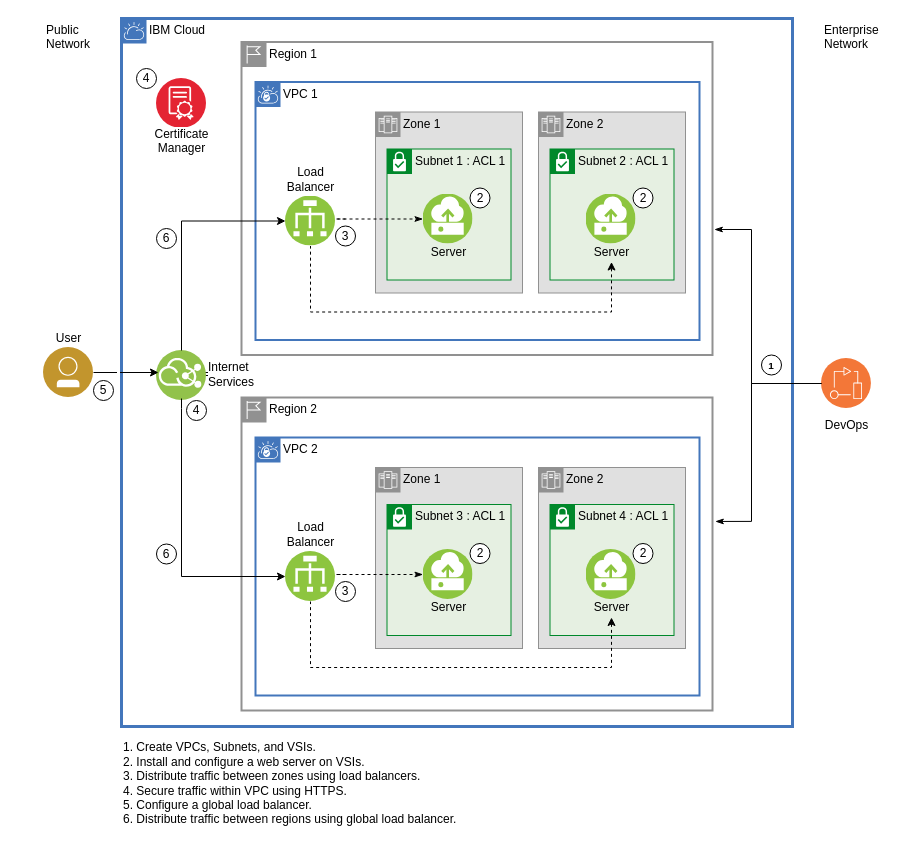
Before: drawio/templates/ibm_vpc_global_load_balancer_architecture.drawio in ibm-cloud-architecture/ibm-cloud-stencils, a draw.io diagram. Source tidied: cells renumbered, new cells numbered last; positions are measured from the earlier drawing's top-left corner, leaving out a move shared by most shapes. Both pictures are drawn from the tidied source at 100%, with x=0, y=0 at pixel (18, -372).
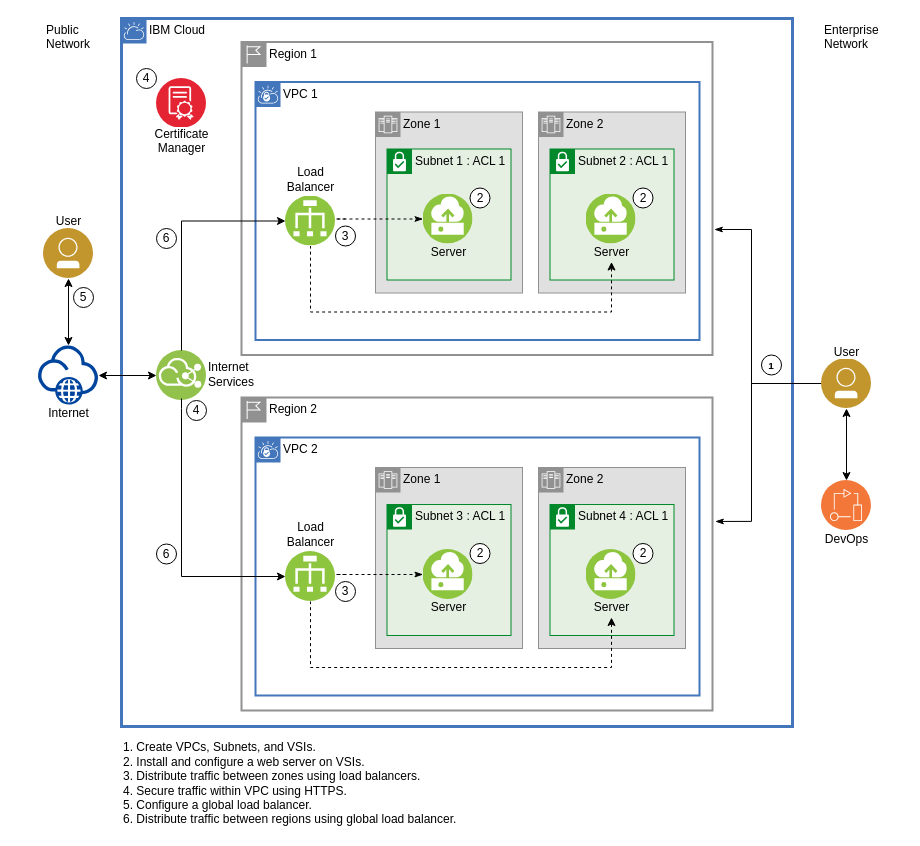
After the change.

The change refers to these unchanged cells:
```xml
<mxCell id="4" value="&lt;div&gt;Internet &lt;br&gt;&lt;/div&gt;&lt;div&gt;Services&lt;/div&gt;" style="perimeter=ellipsePerimeter;html=1;align=left;shadow=0;dashed=0;fontColor=#000000;labelBackgroundColor=none;fontSize=12;spacingTop=-2;image;image=img/lib/ibm/vpc/InternetServices2.svg;labelPosition=right;verticalLabelPosition=middle;verticalAlign=middle;" parent="3" vertex="1">
  <mxGeometry x="35" y="332" width="50" height="50" as="geometry" />
</mxCell>
<mxCell id="10" value="Region 1" style="shape=mxgraph.ibm.box;prType=region;fontStyle=0;verticalAlign=top;align=left;spacingLeft=32;spacingTop=4;fillColor=none;rounded=0;whiteSpace=wrap;html=1;strokeColor=#919191;strokeWidth=2;dashed=0;spacing=-4;fontColor=#000000;" parent="3" vertex="1">
  <mxGeometry x="120" y="23.5" width="471" height="313" as="geometry" />
</mxCell>
<mxCell id="24" value="Region 2" style="shape=mxgraph.ibm.box;prType=region;fontStyle=0;verticalAlign=top;align=left;spacingLeft=32;spacingTop=4;fillColor=none;rounded=0;whiteSpace=wrap;html=1;strokeColor=#919191;strokeWidth=2;dashed=0;spacing=-4;fontColor=#000000;" parent="3" vertex="1">
  <mxGeometry x="120" y="379" width="471" height="313" as="geometry" />
</mxCell>
<mxCell id="41" value="Enterprise Network" style="shape=mxgraph.ibm.box;prType=enterprise;fontStyle=0;verticalAlign=top;align=left;spacingLeft=32;spacingTop=4;fillColor=none;rounded=0;whiteSpace=wrap;html=1;strokeColor=#FFFFFF;strokeWidth=3;dashed=0;spacing=-4;" parent="1" vertex="1">
  <mxGeometry x="778" y="390" width="100" height="708" as="geometry" />
</mxCell>
```

Change to the diagram source:
```diff
@@
-    <mxCell id="2" style="edgeStyle=elbowEdgeStyle;rounded=0;elbow=vertical;html=1;labelBackgroundColor=#ffffff;startArrow=none;startFill=0;startSize=6;endArrow=classic;endFill=1;endSize=6;jettySize=auto;strokeWidth=1;fontSize=14;entryX=0;entryY=0.5;entryDx=0;entryDy=0;exitX=1;exitY=0.5;exitDx=0;exitDy=0;" parent="1" edge="1" source="45" target="4">
-      <mxGeometry relative="1" as="geometry">
-        <Array as="points">
-          <mxPoint x="193" />
-          <mxPoint x="163" y="17" />
-          <mxPoint x="153" y="51" />
-          <mxPoint x="183" y="51" />
-          <mxPoint x="203" y="35" />
-        </Array>
-      </mxGeometry>
-    </mxCell>
@@
-    <mxCell id="42" value="DevOps" style="perimeter=ellipsePerimeter;html=1;align=center;shadow=0;dashed=0;fontColor=#000000;labelBackgroundColor=#ffffff;fontSize=12;spacingTop=3;image;image=img/lib/ibm/devops/devops.svg;strokeColor=#FFFFFF;" parent="41" vertex="1">
-      <mxGeometry x="25" y="340" width="50" height="50" as="geometry" />
+    <mxCell id="42" value="DevOps" style="perimeter=ellipsePerimeter;html=1;align=center;shadow=0;dashed=0;fontColor=#000000;labelBackgroundColor=#ffffff;fontSize=12;spacingTop=-5;image;image=img/lib/ibm/devops/devops.svg;strokeColor=#FFFFFF;spacingBottom=0;" parent="41" vertex="1">
+      <mxGeometry x="25" y="462" width="50" height="50" as="geometry" />
     </mxCell>
-    <mxCell id="43" style="edgeStyle=orthogonalEdgeStyle;rounded=0;jettySize=auto;html=1;fontColor=#000000;" parent="1" edge="1" source="44">
-      <mxGeometry relative="1" as="geometry">
-        <mxPoint x="140" y="744" as="targetPoint" />
-      </mxGeometry>
-    </mxCell>
-    <mxCell id="44" value="Public Network" style="shape=mxgraph.ibm.box;prType=public;fontStyle=0;verticalAlign=top;align=left;spacingLeft=32;spacingTop=4;fillColor=none;rounded=0;whiteSpace=wrap;html=1;strokeColor=#FFFFFF;strokeWidth=3;dashed=0;spacing=-4;" parent="1" vertex="1">
-      <mxGeometry y="390" width="100" height="708" as="geometry" />
-    </mxCell>
-    <mxCell id="45" value="User" style="perimeter=ellipsePerimeter;html=1;align=center;shadow=0;dashed=0;image;image=img/lib/ibm/users/user.svg;spacingTop=-4;labelPosition=center;verticalLabelPosition=top;verticalAlign=bottom;" parent="44" vertex="1">
-      <mxGeometry x="25" y="329" width="50" height="50" as="geometry" />
-    </mxCell>
-    <mxCell id="46" value="5" style="ellipse;whiteSpace=wrap;html=1;" parent="44" vertex="1">
-      <mxGeometry x="75" y="362" width="20" height="20" as="geometry" />
-    </mxCell>
-    <mxCell id="47" style="edgeStyle=orthogonalEdgeStyle;fontSize=12;html=1;startArrow=classicThin;startFill=1;startSize=6;endArrow=none;endFill=0;endSize=6;rounded=0;strokeWidth=1;dashed=0;entryX=0;entryY=0.5;entryDx=0;entryDy=0;exitX=1.006;exitY=0.396;exitDx=0;exitDy=0;exitPerimeter=0;" parent="1" edge="1" source="24" target="42">
+    <mxCell id="47" style="edgeStyle=orthogonalEdgeStyle;fontSize=12;html=1;startArrow=classicThin;startFill=1;startSize=6;endArrow=none;endFill=0;endSize=6;rounded=0;strokeWidth=1;dashed=0;entryX=0;entryY=0.5;entryDx=0;entryDy=0;exitX=1.006;exitY=0.396;exitDx=0;exitDy=0;exitPerimeter=0;" parent="1" edge="1" source="24" target="63">
       <mxGeometry relative="1" as="geometry">
         <Array as="points">
           <mxPoint x="733" y="893" />
           <mxPoint x="733" y="755" />
         </Array>
       </mxGeometry>
     </mxCell>
-    <mxCell id="48" style="edgeStyle=orthogonalEdgeStyle;fontSize=12;html=1;endArrow=none;endFill=0;endSize=6;rounded=0;strokeWidth=1;dashed=0;startArrow=classicThin;startFill=1;entryX=0;entryY=0.5;entryDx=0;entryDy=0;exitX=1.004;exitY=0.599;exitDx=0;exitDy=0;exitPerimeter=0;" parent="1" edge="1" source="10" target="42">
+    <mxCell id="48" style="edgeStyle=orthogonalEdgeStyle;fontSize=12;html=1;endArrow=none;endFill=0;endSize=6;rounded=0;strokeWidth=1;dashed=0;startArrow=classicThin;startFill=1;entryX=0;entryY=0.5;entryDx=0;entryDy=0;exitX=1.004;exitY=0.599;exitDx=0;exitDy=0;exitPerimeter=0;" parent="1" edge="1" source="10" target="63">
       <mxGeometry relative="1" as="geometry">
         <Array as="points">
           <mxPoint x="733" y="601" />
           <mxPoint x="733" y="755" />
         </Array>
       </mxGeometry>
     </mxCell>
@@
+    <mxCell id="44" value="Public Network" style="shape=mxgraph.ibm.box;prType=public;fontStyle=0;verticalAlign=top;align=left;spacingLeft=32;spacingTop=4;fillColor=none;rounded=0;whiteSpace=wrap;html=1;strokeColor=#FFFFFF;strokeWidth=3;dashed=0;spacing=-4;" parent="1" vertex="1">
+      <mxGeometry y="390" width="100" height="708" as="geometry" />
+    </mxCell>
+    <mxCell id="59" style="edgeStyle=orthogonalEdgeStyle;rounded=0;jettySize=auto;html=1;startArrow=classic;startFill=1;fontColor=#000000;" parent="44" edge="1" source="60" target="45">
+      <mxGeometry relative="1" as="geometry" />
+    </mxCell>
+    <mxCell id="60" value="Internet" style="perimeter=ellipsePerimeter;html=1;align=center;shadow=0;dashed=0;fontColor=#000000;labelBackgroundColor=#ffffff;fontSize=12;spacingTop=-6;image;image=img/lib/ibm/vpc/Internet.svg;spacingBottom=0;" parent="44" vertex="1">
+      <mxGeometry x="20" y="327" width="60" height="60" as="geometry" />
+    </mxCell>
+    <mxCell id="45" value="User" style="perimeter=ellipsePerimeter;html=1;align=center;shadow=0;dashed=0;image;image=img/lib/ibm/users/user.svg;spacingTop=-4;labelPosition=center;verticalLabelPosition=top;verticalAlign=bottom;spacingBottom=-2;" parent="44" vertex="1">
+      <mxGeometry x="25" y="210" width="50" height="50" as="geometry" />
+    </mxCell>
+    <mxCell id="46" value="5" style="ellipse;whiteSpace=wrap;html=1;" parent="44" vertex="1">
+      <mxGeometry x="55" y="269" width="20" height="20" as="geometry" />
+    </mxCell>
+    <mxCell id="61" style="edgeStyle=orthogonalEdgeStyle;rounded=0;jettySize=auto;html=1;exitX=0;exitY=0.5;exitDx=0;exitDy=0;fontColor=#000000;startArrow=classic;startFill=1;" parent="1" edge="1" source="4" target="60">
+      <mxGeometry relative="1" as="geometry" />
+    </mxCell>
+    <mxCell id="62" style="edgeStyle=orthogonalEdgeStyle;rounded=0;jettySize=auto;html=1;exitX=0.5;exitY=1;exitDx=0;exitDy=0;startArrow=classic;startFill=1;fontColor=#000000;" parent="1" edge="1" source="63" target="42">
+      <mxGeometry relative="1" as="geometry" />
+    </mxCell>
+    <mxCell id="63" value="User" style="perimeter=ellipsePerimeter;html=1;align=center;shadow=0;dashed=0;image;image=img/lib/ibm/users/user.svg;spacingTop=-4;labelPosition=center;verticalLabelPosition=top;verticalAlign=bottom;spacingBottom=-3;" parent="1" vertex="1">
+      <mxGeometry x="803" y="730" width="50" height="50" as="geometry" />
+    </mxCell>
```
